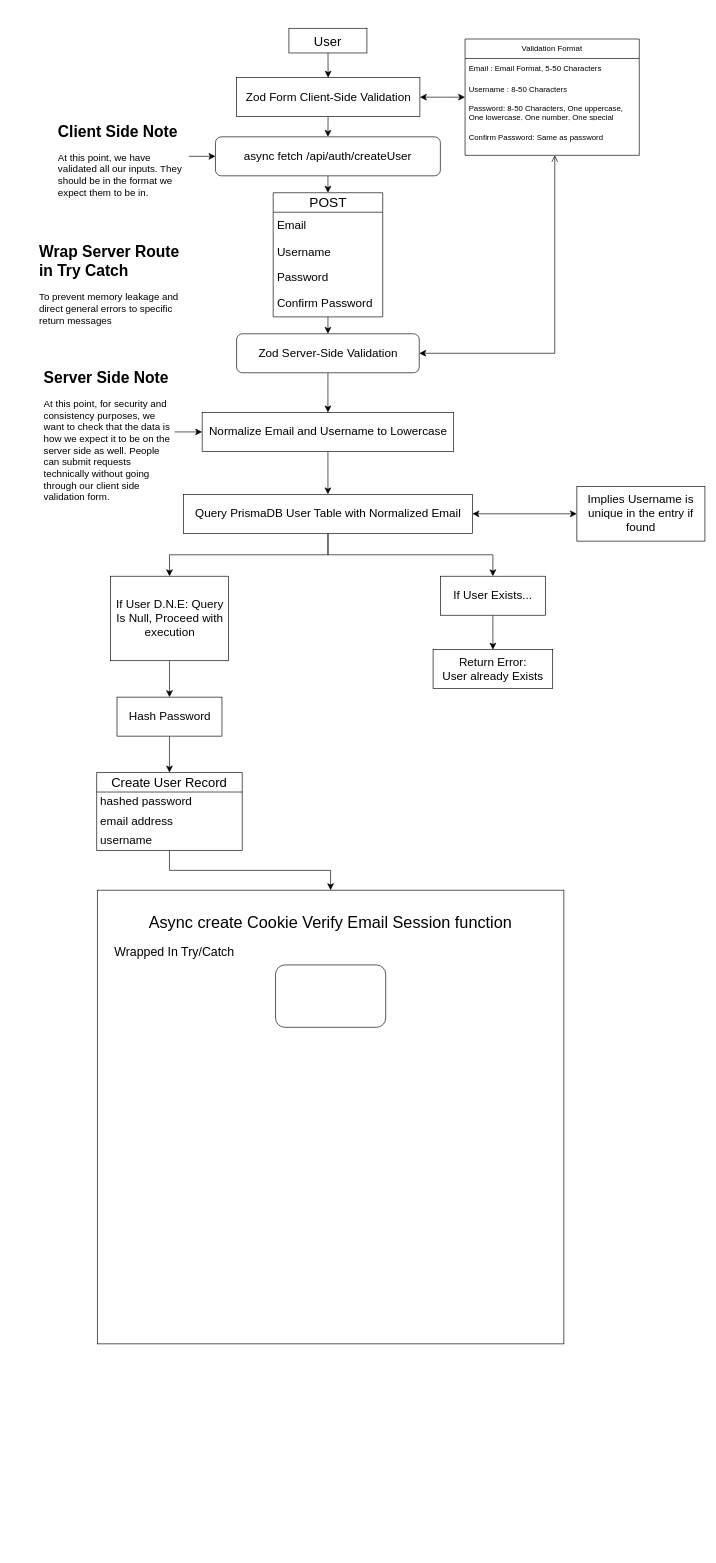
This is diagrams/routeCreateUser.drawio from Art-Ecommerce-LLC/auth, a draw.io file, before an edit. Source tidied: cells renumbered, new cells numbered last; positions are measured from the earlier drawing's top-left corner, leaving out a move shared by most shapes. Both pictures are drawn from the tidied source at 65%, with x=0, y=0 at pixel (38, 28).
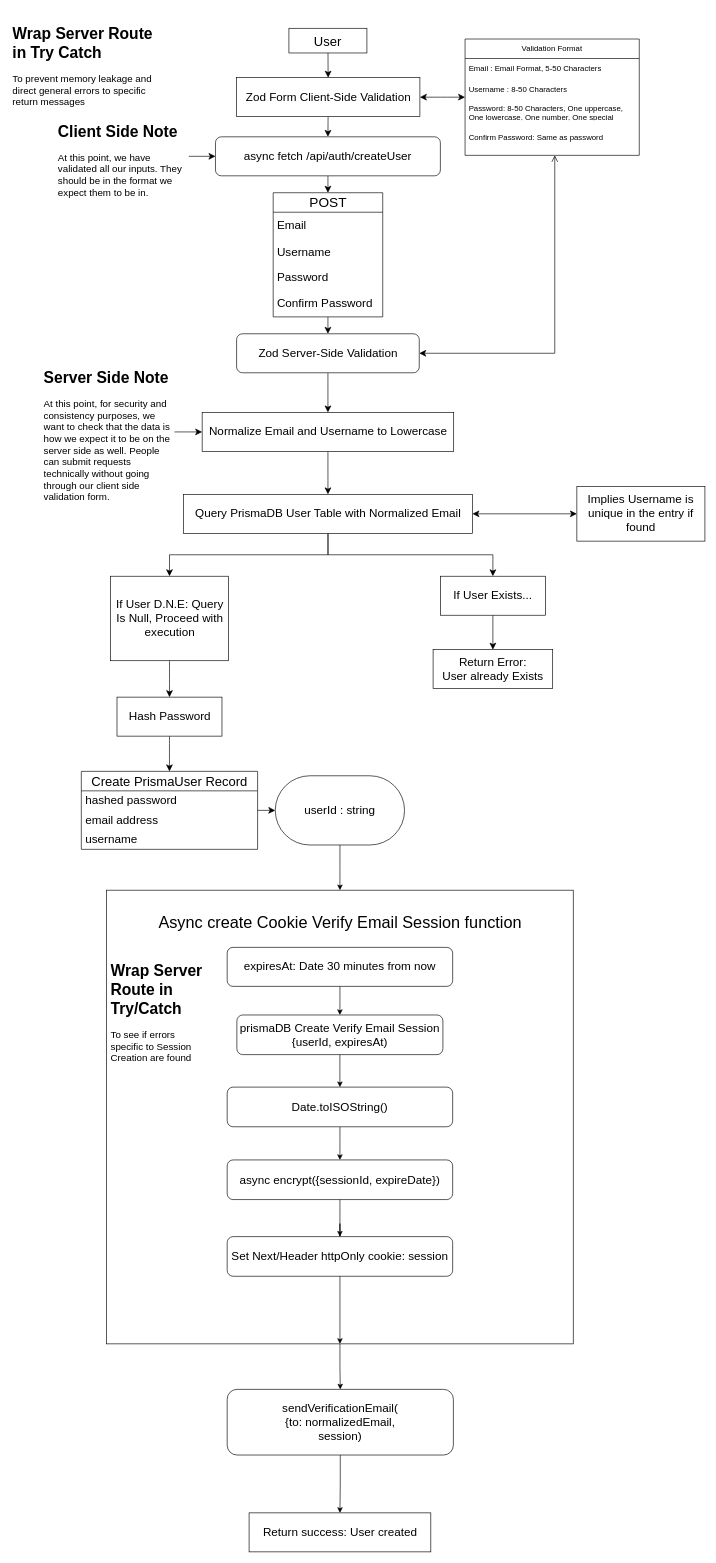
The same diagram, later.

Change to the diagram source:
```diff
@@
     <mxCell id="37" value="&lt;br&gt;&lt;h1 style=&quot;margin-top: 0px;&quot;&gt;Wrap Server Route in Try Catch&lt;br&gt;&lt;/h1&gt;&lt;p&gt;&lt;font style=&quot;font-size: 15px;&quot;&gt;To prevent memory leakage and direct general errors to specific return messages&lt;br&gt;&lt;/font&gt;&lt;/p&gt;" style="text;html=1;whiteSpace=wrap;overflow=hidden;rounded=0;" parent="1" vertex="1">
-      <mxGeometry x="-0.5" y="310" width="218" height="147" as="geometry" />
+      <mxGeometry x="-41" y="-26" width="218" height="147" as="geometry" />
     </mxCell>
@@
-    <mxCell id="40" style="edgeStyle=orthogonalEdgeStyle;rounded=0;jettySize=auto;html=1;entryX=0.5;entryY=0;entryDx=0;entryDy=0;fontSize=12;startSize=8;endSize=8;" parent="1" edge="1" source="41" target="47">
+    <mxCell id="40" style="edgeStyle=orthogonalEdgeStyle;rounded=0;jettySize=auto;html=1;fontSize=12;startSize=8;endSize=8;" parent="1" edge="1" source="41" target="53">
       <mxGeometry relative="1" as="geometry" />
     </mxCell>
-    <mxCell id="41" value="Create User Record" style="swimlane;fontStyle=0;horizontal=1;startSize=30;whiteSpace=wrap;html=1;fontSize=20;" parent="1" vertex="1">
-      <mxGeometry x="90.2" y="1145" width="224" height="120" as="geometry" />
+    <mxCell id="41" value="Create PrismaUser Record" style="swimlane;fontStyle=0;horizontal=1;startSize=30;whiteSpace=wrap;html=1;fontSize=20;" parent="1" vertex="1">
+      <mxGeometry x="66.6" y="1143.2" width="271.2" height="120" as="geometry" />
     </mxCell>
     <mxCell id="42" value="hashed password" style="text;strokeColor=none;fillColor=none;align=left;verticalAlign=middle;spacingLeft=4;spacingRight=4;overflow=hidden;whiteSpace=wrap;html=1;fontSize=18;" parent="41" vertex="1">
-      <mxGeometry y="30" width="224" height="30" as="geometry" />
+      <mxGeometry y="30" width="271.2" height="30" as="geometry" />
     </mxCell>
     <mxCell id="43" value="email address" style="text;strokeColor=none;fillColor=none;align=left;verticalAlign=middle;spacingLeft=4;spacingRight=4;overflow=hidden;whiteSpace=wrap;html=1;fontSize=18;" parent="41" vertex="1">
-      <mxGeometry y="60" width="224" height="30" as="geometry" />
+      <mxGeometry y="60" width="271.2" height="30" as="geometry" />
     </mxCell>
     <mxCell id="44" value="username" style="text;strokeColor=none;fillColor=none;align=left;verticalAlign=middle;spacingLeft=4;spacingRight=4;overflow=hidden;whiteSpace=wrap;html=1;fontSize=18;" parent="41" vertex="1">
-      <mxGeometry y="90" width="224" height="30" as="geometry" />
+      <mxGeometry y="90" width="271.2" height="30" as="geometry" />
     </mxCell>
@@
+    <mxCell id="50" style="edgeStyle=orthogonalEdgeStyle;rounded=0;jettySize=auto;html=1;entryX=0.5;entryY=0;entryDx=0;entryDy=0;" parent="1" edge="1" source="47" target="65">
+      <mxGeometry relative="1" as="geometry" />
+    </mxCell>
     <mxCell id="47" value="&lt;div&gt;Async create Cookie Verify Email Session function&lt;/div&gt;&lt;div&gt;&lt;br&gt;&lt;/div&gt;&lt;div&gt;&lt;br&gt;&lt;/div&gt;" style="rounded=0;whiteSpace=wrap;html=1;fontSize=25;align=center;horizontal=1;verticalAlign=top;spacingTop=27;" parent="1" vertex="1">
-      <mxGeometry x="91.2" y="1326" width="717.8" height="698" as="geometry" />
+      <mxGeometry x="105.6" y="1326" width="717.8" height="698" as="geometry" />
     </mxCell>
-    <mxCell id="48" value="Wrapped In Try/Catch" style="text;html=1;align=center;verticalAlign=middle;whiteSpace=wrap;rounded=0;fontSize=19;" parent="1" vertex="1">
-      <mxGeometry x="104.8" y="1405" width="209.5" height="33" as="geometry" />
-    </mxCell>
-    <mxCell id="49" style="rounded=1;whiteSpace=wrap;html=1;" parent="1" vertex="1">
-      <mxGeometry x="365.4" y="1441" width="169.5" height="96" as="geometry" />
-    </mxCell>
+    <mxCell id="51" value="&lt;br&gt;&lt;h1 style=&quot;margin-top: 0px;&quot;&gt;Wrap Server Route in Try/Catch&lt;br&gt;&lt;/h1&gt;&lt;p&gt;&lt;font style=&quot;font-size: 15px;&quot;&gt;To see if errors specific to Session Creation are found&lt;br&gt;&lt;/font&gt;&lt;/p&gt;" style="text;html=1;whiteSpace=wrap;overflow=hidden;rounded=0;" parent="1" vertex="1">
+      <mxGeometry x="110" y="1415.5" width="155" height="213.5" as="geometry" />
+    </mxCell>
+    <mxCell id="52" style="edgeStyle=orthogonalEdgeStyle;rounded=0;jettySize=auto;html=1;entryX=0.5;entryY=0;entryDx=0;entryDy=0;" parent="1" edge="1" source="53" target="47">
+      <mxGeometry relative="1" as="geometry" />
+    </mxCell>
+    <mxCell id="53" value="userId : string" style="rounded=1;whiteSpace=wrap;html=1;rotation=0;fontSize=18;arcSize=50;" parent="1" vertex="1">
+      <mxGeometry x="365" y="1150" width="198.9" height="106.5" as="geometry" />
+    </mxCell>
+    <mxCell id="54" style="edgeStyle=orthogonalEdgeStyle;rounded=0;jettySize=auto;html=1;entryX=0.5;entryY=0;entryDx=0;entryDy=0;" parent="1" edge="1" source="55" target="59">
+      <mxGeometry relative="1" as="geometry" />
+    </mxCell>
+    <mxCell id="55" value="&lt;div&gt;prismaDB Create Verify Email Session&lt;/div&gt;&lt;div&gt;{userId, expiresAt)&lt;br&gt;&lt;/div&gt;" style="rounded=1;whiteSpace=wrap;html=1;fontSize=18;" parent="1" vertex="1">
+      <mxGeometry x="305.9" y="1518" width="317" height="61" as="geometry" />
+    </mxCell>
+    <mxCell id="56" style="edgeStyle=orthogonalEdgeStyle;rounded=0;jettySize=auto;html=1;" parent="1" edge="1" source="57" target="55">
+      <mxGeometry relative="1" as="geometry" />
+    </mxCell>
+    <mxCell id="57" value="expiresAt: Date 30 minutes from now" style="rounded=1;whiteSpace=wrap;html=1;fontSize=18;" parent="1" vertex="1">
+      <mxGeometry x="291" y="1414" width="346.9" height="60" as="geometry" />
+    </mxCell>
+    <mxCell id="58" style="edgeStyle=orthogonalEdgeStyle;rounded=0;jettySize=auto;html=1;entryX=0.5;entryY=0;entryDx=0;entryDy=0;" parent="1" edge="1" source="59" target="61">
+      <mxGeometry relative="1" as="geometry" />
+    </mxCell>
+    <mxCell id="59" value="Date.toISOString()" style="rounded=1;whiteSpace=wrap;html=1;fontSize=18;" parent="1" vertex="1">
+      <mxGeometry x="291" y="1629" width="346.9" height="61" as="geometry" />
+    </mxCell>
+    <mxCell id="60" style="edgeStyle=orthogonalEdgeStyle;rounded=0;jettySize=auto;html=1;entryX=0.5;entryY=0;entryDx=0;entryDy=0;" parent="1" edge="1" source="61" target="63">
+      <mxGeometry relative="1" as="geometry" />
+    </mxCell>
+    <mxCell id="61" value="async encrypt({sessionId, expireDate})" style="rounded=1;whiteSpace=wrap;html=1;fontSize=18;" parent="1" vertex="1">
+      <mxGeometry x="291" y="1741" width="346.9" height="61" as="geometry" />
+    </mxCell>
+    <mxCell id="62" style="edgeStyle=orthogonalEdgeStyle;rounded=0;jettySize=auto;html=1;entryX=0.5;entryY=1;entryDx=0;entryDy=0;" parent="1" edge="1" source="63" target="47">
+      <mxGeometry relative="1" as="geometry" />
+    </mxCell>
+    <mxCell id="63" value="Set Next/Header httpOnly cookie: session" style="rounded=1;whiteSpace=wrap;html=1;fontSize=18;" parent="1" vertex="1">
+      <mxGeometry x="291" y="1859" width="346.9" height="61" as="geometry" />
+    </mxCell>
+    <mxCell id="64" style="edgeStyle=orthogonalEdgeStyle;rounded=0;jettySize=auto;html=1;" parent="1" edge="1" source="65" target="66">
+      <mxGeometry relative="1" as="geometry" />
+    </mxCell>
+    <mxCell id="65" value="&lt;div&gt;sendVerificationEmail(&lt;/div&gt;&lt;div&gt;{to: normalizedEmail,&lt;/div&gt;&lt;div&gt;session)&lt;/div&gt;" style="rounded=1;whiteSpace=wrap;html=1;fontSize=18;" parent="1" vertex="1">
+      <mxGeometry x="291" y="2094" width="348" height="101" as="geometry" />
+    </mxCell>
+    <mxCell id="66" value="Return success: User created" style="rounded=0;whiteSpace=wrap;html=1;fontSize=18;" parent="1" vertex="1">
+      <mxGeometry x="324.7" y="2284" width="279.6" height="60" as="geometry" />
+    </mxCell>
```
